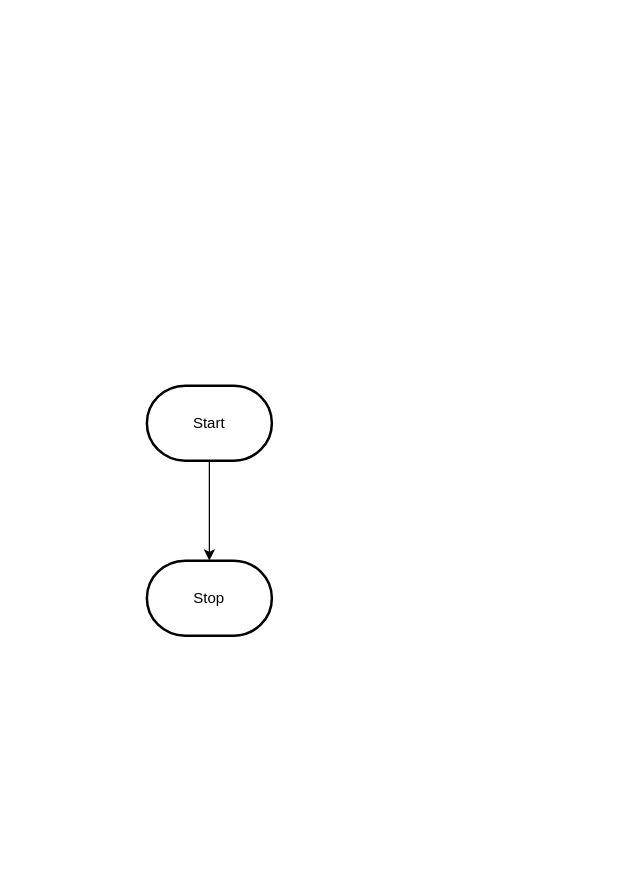
Before: design/flowchart.drawio in MTHS-ICS2O-2-2022/ICS2O-Unit-6-02-janet-do, a draw.io diagram. Source tidied: cells renumbered, new cells numbered last; positions are measured from the earlier drawing's top-left corner, leaving out a move shared by most shapes. Both pictures are drawn from the tidied source at 125%, with x=0, y=0 at pixel (146, 385).
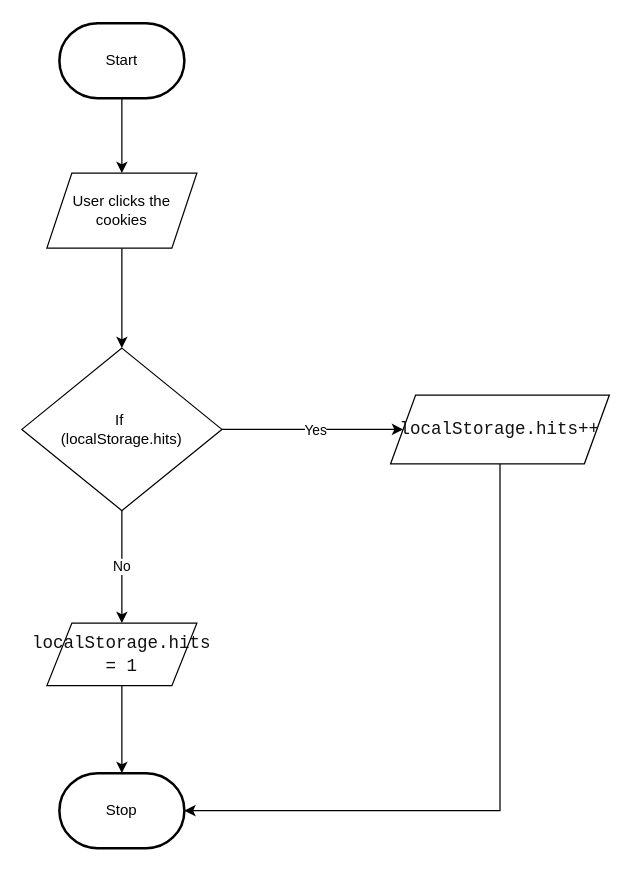
The same page after the edit.

Change to the diagram source:
```diff
@@
 <mxGraphModel>
   <root>
     <mxCell id="0" />
     <mxCell id="1" parent="0" />
-    <mxCell id="2" style="edgeStyle=orthogonalEdgeStyle;html=1;rounded=0;" parent="1" edge="1" source="3" target="4">
-      <mxGeometry relative="1" as="geometry" />
-    </mxCell>
+    <mxCell id="5" style="edgeStyle=none;html=1;" parent="1" edge="1" source="3" target="7">
+      <mxGeometry relative="1" as="geometry" />
+    </mxCell>
     <mxCell id="3" value="Start" style="strokeWidth=2;html=1;shape=mxgraph.flowchart.terminator;whiteSpace=wrap;" parent="1" vertex="1">
-      <mxGeometry width="100" height="60" as="geometry" />
+      <mxGeometry x="-70" y="-290" width="100" height="60" as="geometry" />
     </mxCell>
     <mxCell id="4" value="Stop" style="strokeWidth=2;html=1;shape=mxgraph.flowchart.terminator;whiteSpace=wrap;" parent="1" vertex="1">
-      <mxGeometry y="140" width="100" height="60" as="geometry" />
+      <mxGeometry x="-70" y="310" width="100" height="60" as="geometry" />
     </mxCell>
+    <mxCell id="6" style="edgeStyle=orthogonalEdgeStyle;rounded=0;html=1;entryX=0.5;entryY=0;entryDx=0;entryDy=0;" parent="1" edge="1" source="7" target="11">
+      <mxGeometry relative="1" as="geometry" />
+    </mxCell>
+    <mxCell id="7" value="User clicks the cookies" style="shape=parallelogram;perimeter=parallelogramPerimeter;whiteSpace=wrap;html=1;fixedSize=1;" parent="1" vertex="1">
+      <mxGeometry x="-80" y="-170" width="120" height="60" as="geometry" />
+    </mxCell>
+    <mxCell id="8" value="No" style="edgeStyle=none;html=1;entryX=0.5;entryY=0;entryDx=0;entryDy=0;" parent="1" edge="1" source="11" target="13">
+      <mxGeometry relative="1" as="geometry" />
+    </mxCell>
+    <mxCell id="9" style="edgeStyle=none;html=1;" parent="1" edge="1" source="11" target="16">
+      <mxGeometry relative="1" as="geometry" />
+    </mxCell>
+    <mxCell id="10" value="Yes" style="edgeLabel;html=1;align=center;verticalAlign=middle;" parent="9" vertex="1">
+      <mxGeometry x="0.16" y="-1" relative="1" as="geometry">
+        <mxPoint x="-10" y="-1" as="offset" />
+      </mxGeometry>
+    </mxCell>
+    <mxCell id="11" value="If&amp;nbsp;&lt;br&gt;(localStorage.hits)" style="rhombus;whiteSpace=wrap;html=1;" parent="1" vertex="1">
+      <mxGeometry x="-100" y="-30" width="160" height="130" as="geometry" />
+    </mxCell>
+    <mxCell id="12" style="edgeStyle=none;html=1;" parent="1" edge="1" source="13" target="4">
+      <mxGeometry relative="1" as="geometry" />
+    </mxCell>
+    <mxCell id="13" value="&lt;div style=&quot;font-family: Consolas, &amp;quot;Courier New&amp;quot;, monospace; font-size: 14px; line-height: 19px;&quot;&gt; &lt;font style=&quot;&quot; color=&quot;#111112&quot;&gt;localStorage.hits = 1&lt;/font&gt;&lt;/div&gt;" style="shape=parallelogram;perimeter=parallelogramPerimeter;whiteSpace=wrap;html=1;fixedSize=1;" parent="1" vertex="1">
+      <mxGeometry x="-80" y="190" width="120" height="50" as="geometry" />
+    </mxCell>
+    <mxCell id="14" style="edgeStyle=orthogonalEdgeStyle;html=1;entryX=1;entryY=0.5;entryDx=0;entryDy=0;entryPerimeter=0;strokeColor=none;rounded=0;" parent="1" edge="1" source="16" target="4">
+      <mxGeometry relative="1" as="geometry">
+        <Array as="points">
+          <mxPoint x="280" y="340" />
+        </Array>
+      </mxGeometry>
+    </mxCell>
+    <mxCell id="15" style="edgeStyle=orthogonalEdgeStyle;rounded=0;html=1;entryX=1;entryY=0.5;entryDx=0;entryDy=0;entryPerimeter=0;" parent="1" edge="1" source="16" target="4">
+      <mxGeometry relative="1" as="geometry">
+        <Array as="points">
+          <mxPoint x="283" y="340" />
+        </Array>
+      </mxGeometry>
+    </mxCell>
+    <mxCell id="16" value="&lt;div style=&quot;font-family: Consolas, &amp;quot;Courier New&amp;quot;, monospace; font-size: 14px; line-height: 19px;&quot;&gt;&lt;font style=&quot;&quot; color=&quot;#111112&quot;&gt;localStorage.hits++&lt;/font&gt;&lt;/div&gt;" style="shape=parallelogram;perimeter=parallelogramPerimeter;whiteSpace=wrap;html=1;fixedSize=1;" parent="1" vertex="1">
+      <mxGeometry x="195" y="7.5" width="175" height="55" as="geometry" />
+    </mxCell>
   </root>
 </mxGraphModel>
```
